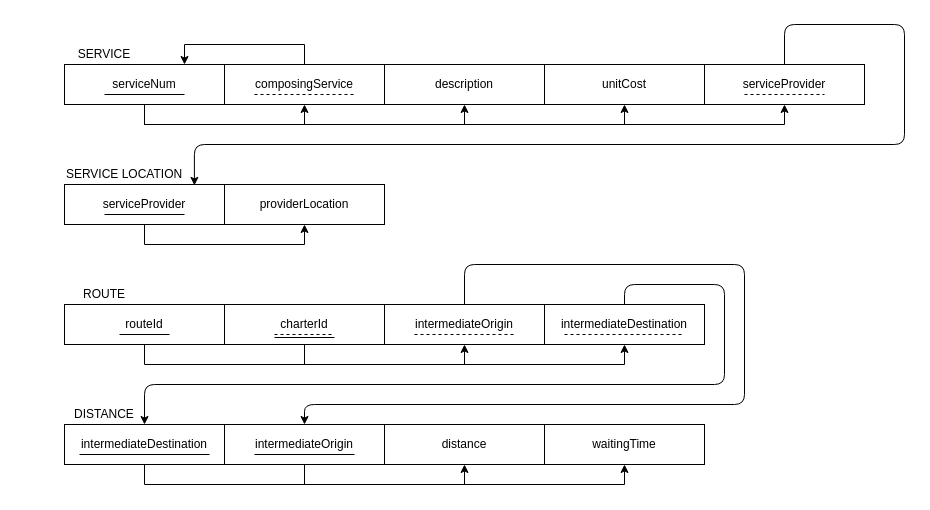
vilavpolara/COMP2521_Labs_Assignments keeps this draw.io diagram as page "Version 2" (2 of 3) of Assignments/Assignment_Code/A3/Relational_Diagram.drawio. Above is the earlier version. Source tidied: cells renumbered, new cells numbered last; positions are measured from the earlier drawing's top-left corner, leaving out a move shared by most shapes. Both pictures are drawn from the tidied source at 100%, with x=0, y=0 at pixel (64, 24).
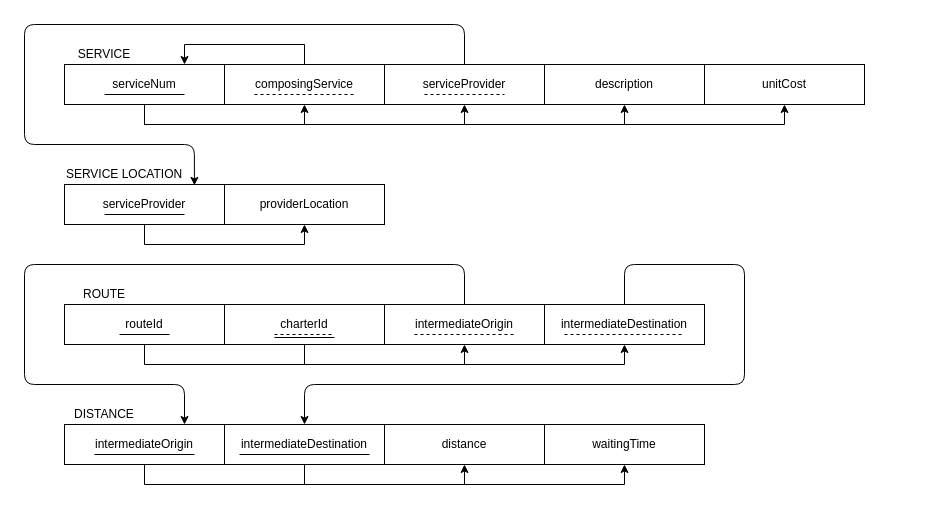
Above is the later version.

Unchanged cells that the change refers to:
```xml
<mxCell id="18" value="serviceProvider" style="rounded=0;whiteSpace=wrap;html=1;" parent="1" vertex="1">
  <mxGeometry y="160" width="160" height="40" as="geometry" />
</mxCell>
<mxCell id="27" value="intermediateOrigin" style="rounded=0;whiteSpace=wrap;html=1;" parent="1" vertex="1">
  <mxGeometry x="320" y="280" width="160" height="40" as="geometry" />
</mxCell>
<mxCell id="29" value="intermediateDestination" style="rounded=0;whiteSpace=wrap;html=1;" parent="1" vertex="1">
  <mxGeometry x="480" y="280" width="160" height="40" as="geometry" />
</mxCell>
```

Change to the diagram source:
```diff
@@
     <mxCell id="12" value="description" style="rounded=0;whiteSpace=wrap;html=1;" parent="1" vertex="1">
-      <mxGeometry x="320" y="40" width="160" height="40" as="geometry" />
+      <mxGeometry x="480" y="40" width="160" height="40" as="geometry" />
     </mxCell>
     <mxCell id="13" style="edgeStyle=orthogonalEdgeStyle;rounded=1;jettySize=auto;html=1;exitX=0.5;exitY=0;exitDx=0;exitDy=0;entryX=0.812;entryY=0.022;entryDx=0;entryDy=0;curved=0;entryPerimeter=0;" parent="1" edge="1" source="14" target="18">
       <mxGeometry relative="1" as="geometry">
         <Array as="points">
-          <mxPoint x="720" />
-          <mxPoint x="840" />
-          <mxPoint x="840" y="120" />
+          <mxPoint x="400" />
+          <mxPoint x="-40" />
+          <mxPoint x="-40" y="120" />
           <mxPoint x="130" y="120" />
-          <mxPoint x="130" y="161" />
         </Array>
       </mxGeometry>
     </mxCell>
     <mxCell id="14" value="serviceProvider" style="rounded=0;whiteSpace=wrap;html=1;" parent="1" vertex="1">
-      <mxGeometry x="640" y="40" width="160" height="40" as="geometry" />
+      <mxGeometry x="320" y="40" width="160" height="40" as="geometry" />
     </mxCell>
     <mxCell id="15" value="unitCost" style="rounded=0;whiteSpace=wrap;html=1;" parent="1" vertex="1">
-      <mxGeometry x="480" y="40" width="160" height="40" as="geometry" />
+      <mxGeometry x="640" y="40" width="160" height="40" as="geometry" />
     </mxCell>
@@
     <mxCell id="21" style="endArrow=none;dashed=1;html=1;rounded=0;" parent="1" edge="1">
       <mxGeometry relative="1" as="geometry">
-        <mxPoint x="680" y="70" as="sourcePoint" />
-        <mxPoint x="760" y="70" as="targetPoint" />
+        <mxPoint x="360" y="70" as="sourcePoint" />
+        <mxPoint x="440" y="70" as="targetPoint" />
       </mxGeometry>
     </mxCell>
@@
-    <mxCell id="26" style="edgeStyle=orthogonalEdgeStyle;rounded=1;jettySize=auto;html=1;exitX=0.5;exitY=0;exitDx=0;exitDy=0;entryX=0.5;entryY=0;entryDx=0;entryDy=0;curved=0;" parent="1" edge="1" source="27" target="37">
+    <mxCell id="26" style="edgeStyle=orthogonalEdgeStyle;rounded=1;jettySize=auto;html=1;exitX=0.5;exitY=0;exitDx=0;exitDy=0;entryX=0.75;entryY=0;entryDx=0;entryDy=0;curved=0;" parent="1" edge="1" source="27" target="37">
       <mxGeometry relative="1" as="geometry">
         <Array as="points">
           <mxPoint x="400" y="240" />
-          <mxPoint x="680" y="240" />
-          <mxPoint x="680" y="380" />
-          <mxPoint x="240" y="380" />
+          <mxPoint x="-40" y="240" />
+          <mxPoint x="-40" y="360" />
+          <mxPoint x="120" y="360" />
         </Array>
       </mxGeometry>
     </mxCell>
@@
     <mxCell id="28" style="edgeStyle=orthogonalEdgeStyle;rounded=1;jettySize=auto;html=1;exitX=0.5;exitY=0;exitDx=0;exitDy=0;entryX=0.5;entryY=0;entryDx=0;entryDy=0;curved=0;" parent="1" edge="1" source="29" target="39">
       <mxGeometry relative="1" as="geometry">
         <Array as="points">
-          <mxPoint x="560" y="260" />
-          <mxPoint x="660" y="260" />
-          <mxPoint x="660" y="360" />
-          <mxPoint x="80" y="360" />
+          <mxPoint x="560" y="240" />
+          <mxPoint x="680" y="240" />
+          <mxPoint x="680" y="360" />
+          <mxPoint x="240" y="360" />
         </Array>
       </mxGeometry>
     </mxCell>
@@
     <mxCell id="37" value="intermediateOrigin" style="rounded=0;whiteSpace=wrap;html=1;" parent="1" vertex="1">
-      <mxGeometry x="160" y="400" width="160" height="40" as="geometry" />
+      <mxGeometry y="400" width="160" height="40" as="geometry" />
     </mxCell>
@@
     <mxCell id="39" value="intermediateDestination" style="rounded=0;whiteSpace=wrap;html=1;" parent="1" vertex="1">
-      <mxGeometry y="400" width="160" height="40" as="geometry" />
+      <mxGeometry x="160" y="400" width="160" height="40" as="geometry" />
     </mxCell>
@@
     <mxCell id="44" style="endArrow=none;html=1;rounded=0;strokeWidth=1;" parent="1" edge="1">
       <mxGeometry relative="1" as="geometry">
-        <mxPoint x="15" y="430" as="sourcePoint" />
-        <mxPoint x="145" y="430" as="targetPoint" />
+        <mxPoint x="175" y="430" as="sourcePoint" />
+        <mxPoint x="305" y="430" as="targetPoint" />
       </mxGeometry>
     </mxCell>
     <mxCell id="45" style="endArrow=none;html=1;rounded=0;strokeWidth=1;" parent="1" edge="1">
       <mxGeometry relative="1" as="geometry">
-        <mxPoint x="190" y="430" as="sourcePoint" />
-        <mxPoint x="290" y="430" as="targetPoint" />
+        <mxPoint x="30" y="430" as="sourcePoint" />
+        <mxPoint x="130" y="430" as="targetPoint" />
       </mxGeometry>
     </mxCell>
```
